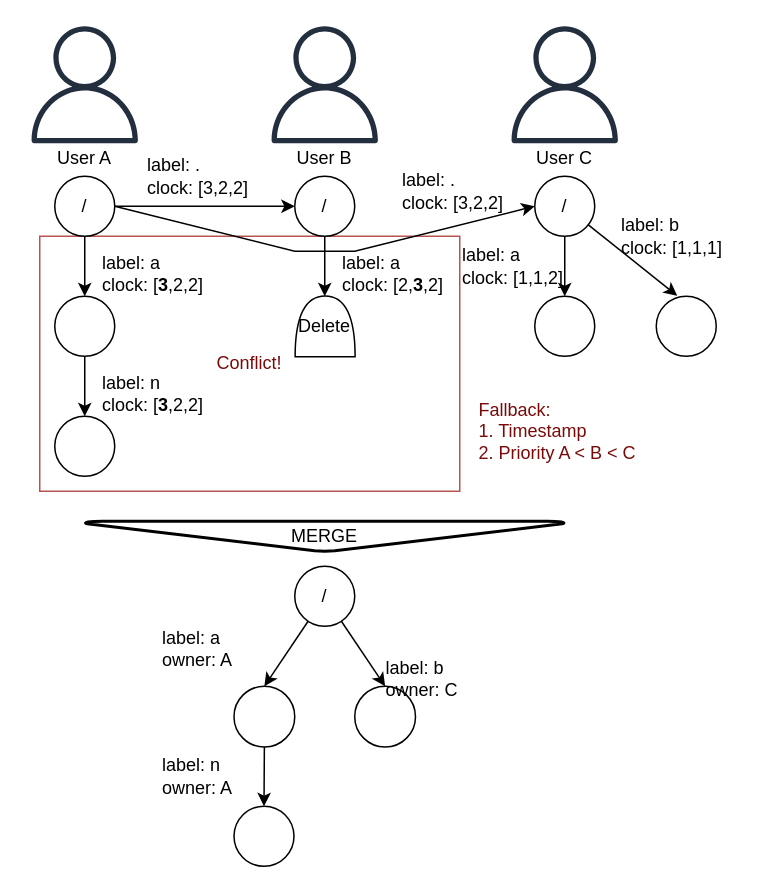
Earlier version of the draw.io diagram docs/crdt.drawio (fsteff/certacrypt). Source tidied: cells renumbered, new cells numbered last; positions are measured from the earlier drawing's top-left corner, leaving out a move shared by most shapes. Both pictures are drawn from the tidied source at 150%, with x=0, y=0 at pixel (26, 26).
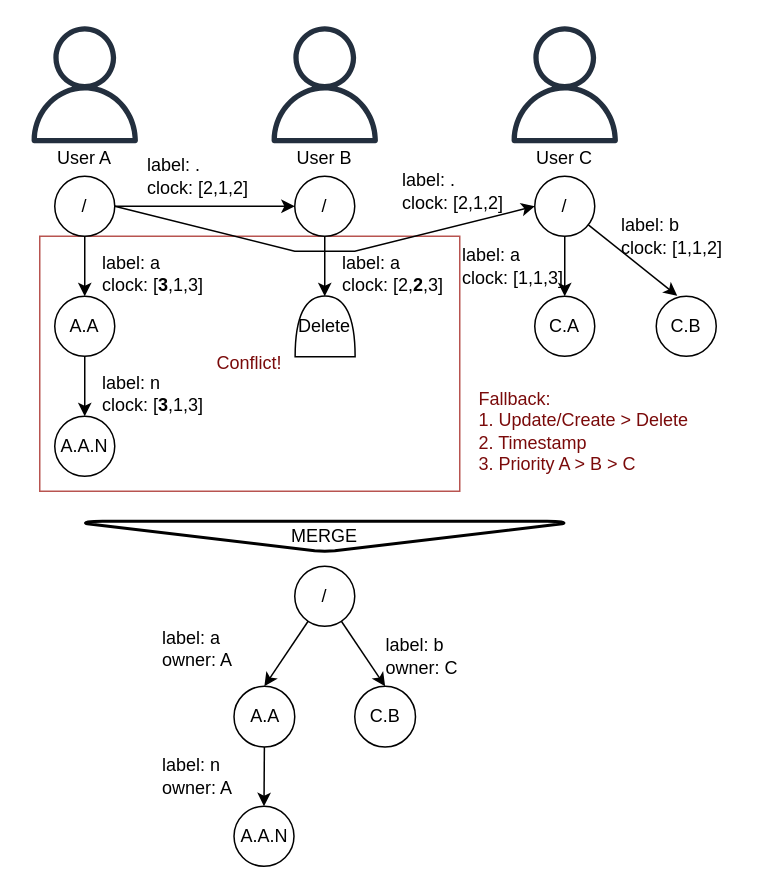
After the change.

What changed in the source:
```diff
@@
-    <mxCell id="19" style="ellipse;whiteSpace=wrap;html=1;" parent="1" vertex="1">
+    <mxCell id="19" value="A.A" style="ellipse;whiteSpace=wrap;html=1;" parent="1" vertex="1">
       <mxGeometry x="19" y="180" width="40" height="40" as="geometry" />
     </mxCell>
-    <mxCell id="20" style="ellipse;whiteSpace=wrap;html=1;" parent="1" vertex="1">
+    <mxCell id="20" value="C.A" style="ellipse;whiteSpace=wrap;html=1;" parent="1" vertex="1">
       <mxGeometry x="339" y="180" width="40" height="40" as="geometry" />
     </mxCell>
-    <mxCell id="21" style="ellipse;whiteSpace=wrap;html=1;" parent="1" vertex="1">
+    <mxCell id="21" value="C.B" style="ellipse;whiteSpace=wrap;html=1;" parent="1" vertex="1">
       <mxGeometry x="420" y="180" width="40" height="40" as="geometry" />
     </mxCell>
-    <mxCell id="22" style="ellipse;whiteSpace=wrap;html=1;" parent="1" vertex="1">
+    <mxCell id="22" value="A.A.N" style="ellipse;whiteSpace=wrap;html=1;" parent="1" vertex="1">
       <mxGeometry x="19" y="260" width="40" height="40" as="geometry" />
     </mxCell>
-    <mxCell id="23" value="label: .&lt;br&gt;clock: [3,2,2]" style="text;html=1;strokeColor=none;fillColor=none;align=left;verticalAlign=middle;whiteSpace=wrap;rounded=0;" parent="1" vertex="1">
+    <mxCell id="23" value="label: .&lt;br&gt;clock: [2,1,2]" style="text;html=1;strokeColor=none;fillColor=none;align=left;verticalAlign=middle;whiteSpace=wrap;rounded=0;" parent="1" vertex="1">
       <mxGeometry x="79" y="80" width="70" height="40" as="geometry" />
     </mxCell>
-    <mxCell id="24" value="label: .&lt;br&gt;clock: [3,2,2]" style="text;html=1;strokeColor=none;fillColor=none;align=left;verticalAlign=middle;whiteSpace=wrap;rounded=0;" parent="1" vertex="1">
+    <mxCell id="24" value="label: .&lt;br&gt;clock: [2,1,2]" style="text;html=1;strokeColor=none;fillColor=none;align=left;verticalAlign=middle;whiteSpace=wrap;rounded=0;" parent="1" vertex="1">
       <mxGeometry x="249" y="90" width="80" height="40" as="geometry" />
     </mxCell>
-    <mxCell id="25" value="label: a&lt;br&gt;clock: [&lt;b&gt;3&lt;/b&gt;,2,2]" style="text;html=1;strokeColor=none;fillColor=none;align=left;verticalAlign=middle;whiteSpace=wrap;rounded=0;" parent="1" vertex="1">
+    <mxCell id="25" value="label: a&lt;br&gt;clock: [&lt;b&gt;3&lt;/b&gt;,1,3]" style="text;html=1;strokeColor=none;fillColor=none;align=left;verticalAlign=middle;whiteSpace=wrap;rounded=0;" parent="1" vertex="1">
       <mxGeometry x="48.5" y="150" width="91" height="30" as="geometry" />
     </mxCell>
-    <mxCell id="26" value="label: a&lt;br&gt;clock: [2,&lt;b&gt;3&lt;/b&gt;,2]" style="text;html=1;strokeColor=none;fillColor=none;align=left;verticalAlign=middle;whiteSpace=wrap;rounded=0;" parent="1" vertex="1">
+    <mxCell id="26" value="label: a&lt;br&gt;clock: [2,&lt;b&gt;2&lt;/b&gt;,3]" style="text;html=1;strokeColor=none;fillColor=none;align=left;verticalAlign=middle;whiteSpace=wrap;rounded=0;" parent="1" vertex="1">
       <mxGeometry x="209" y="150" width="91" height="30" as="geometry" />
     </mxCell>
-    <mxCell id="27" value="label: a&lt;br&gt;clock: [1,1,2]" style="text;html=1;strokeColor=none;fillColor=none;align=left;verticalAlign=middle;whiteSpace=wrap;rounded=0;" parent="1" vertex="1">
+    <mxCell id="27" value="label: a&lt;br&gt;clock: [1,1,3]" style="text;html=1;strokeColor=none;fillColor=none;align=left;verticalAlign=middle;whiteSpace=wrap;rounded=0;" parent="1" vertex="1">
       <mxGeometry x="289" y="140" width="80" height="40" as="geometry" />
     </mxCell>
-    <mxCell id="28" value="label: b&lt;br&gt;clock: [1,1,1]" style="text;html=1;strokeColor=none;fillColor=none;align=left;verticalAlign=middle;whiteSpace=wrap;rounded=0;" parent="1" vertex="1">
+    <mxCell id="28" value="label: b&lt;br&gt;clock: [1,1,2]" style="text;html=1;strokeColor=none;fillColor=none;align=left;verticalAlign=middle;whiteSpace=wrap;rounded=0;" parent="1" vertex="1">
       <mxGeometry x="394.5" y="120" width="91" height="40" as="geometry" />
     </mxCell>
-    <mxCell id="29" value="label: n&lt;br&gt;clock: [&lt;b&gt;3&lt;/b&gt;,2,2]" style="text;html=1;strokeColor=none;fillColor=none;align=left;verticalAlign=middle;whiteSpace=wrap;rounded=0;" parent="1" vertex="1">
+    <mxCell id="29" value="label: n&lt;br&gt;clock: [&lt;b&gt;3&lt;/b&gt;,1,3]" style="text;html=1;strokeColor=none;fillColor=none;align=left;verticalAlign=middle;whiteSpace=wrap;rounded=0;" parent="1" vertex="1">
       <mxGeometry x="48.5" y="240" width="70" height="10" as="geometry" />
     </mxCell>
@@
-    <mxCell id="34" style="ellipse;whiteSpace=wrap;html=1;" parent="1" vertex="1">
+    <mxCell id="34" value="A.A" style="ellipse;whiteSpace=wrap;html=1;" parent="1" vertex="1">
       <mxGeometry x="138.5" y="440" width="40.5" height="40.5" as="geometry" />
     </mxCell>
-    <mxCell id="35" style="ellipse;whiteSpace=wrap;html=1;" parent="1" vertex="1">
+    <mxCell id="35" value="A.A.N" style="ellipse;whiteSpace=wrap;html=1;" parent="1" vertex="1">
       <mxGeometry x="138.5" y="520" width="40" height="40" as="geometry" />
     </mxCell>
@@
-    <mxCell id="39" style="ellipse;whiteSpace=wrap;html=1;" parent="1" vertex="1">
+    <mxCell id="39" value="C.B" style="ellipse;whiteSpace=wrap;html=1;" parent="1" vertex="1">
       <mxGeometry x="219" y="440" width="40.5" height="40.5" as="geometry" />
     </mxCell>
     <mxCell id="40" value="label: b&lt;br&gt;owner: C" style="text;html=1;strokeColor=none;fillColor=none;align=left;verticalAlign=middle;whiteSpace=wrap;rounded=0;" parent="1" vertex="1">
-      <mxGeometry x="238" y="415" width="91" height="40" as="geometry" />
+      <mxGeometry x="238" y="400" width="91" height="40" as="geometry" />
     </mxCell>
-    <mxCell id="41" value="&lt;font color=&quot;#7a0a0a&quot;&gt;Fallback:&lt;br&gt;1. Timestamp&lt;br&gt;2. Priority A &amp;lt; B &amp;lt; C&lt;/font&gt;" style="text;html=1;strokeColor=none;fillColor=none;align=left;verticalAlign=middle;whiteSpace=wrap;rounded=0;" parent="1" vertex="1">
-      <mxGeometry x="300" y="245" width="130" height="50" as="geometry" />
+    <mxCell id="41" value="&lt;font color=&quot;#7a0a0a&quot;&gt;Fallback:&lt;br&gt;1. Update/Create &amp;gt; Delete&lt;br&gt;2. Timestamp&lt;br&gt;3. Priority A &amp;gt; B &amp;gt; C&lt;/font&gt;" style="text;html=1;strokeColor=none;fillColor=none;align=left;verticalAlign=middle;whiteSpace=wrap;rounded=0;" parent="1" vertex="1">
+      <mxGeometry x="300" y="245" width="149" height="50" as="geometry" />
     </mxCell>
```
